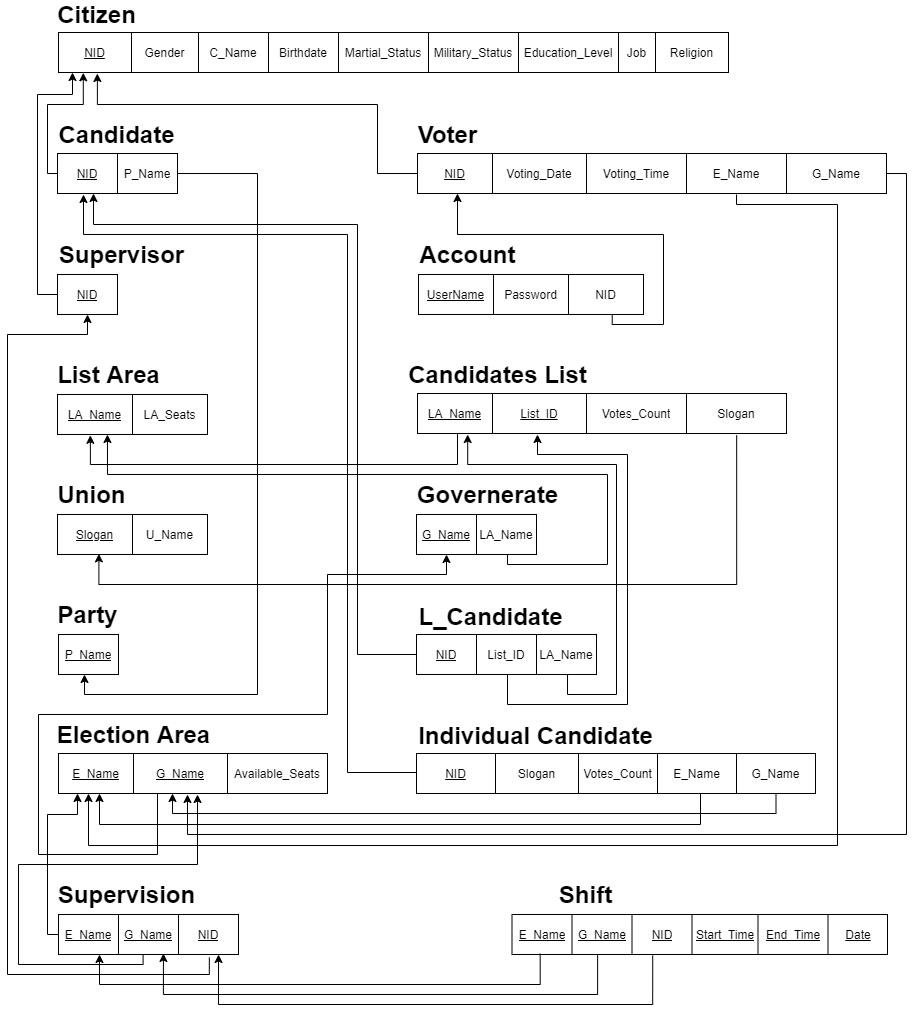
The draw.io diagram schema.png in ziad-khobeiz/e-voting-system, before a commit. Source tidied: cells renumbered, new cells last; positions are measured from the earlier drawing's top-left corner, leaving out a move shared by most shapes.
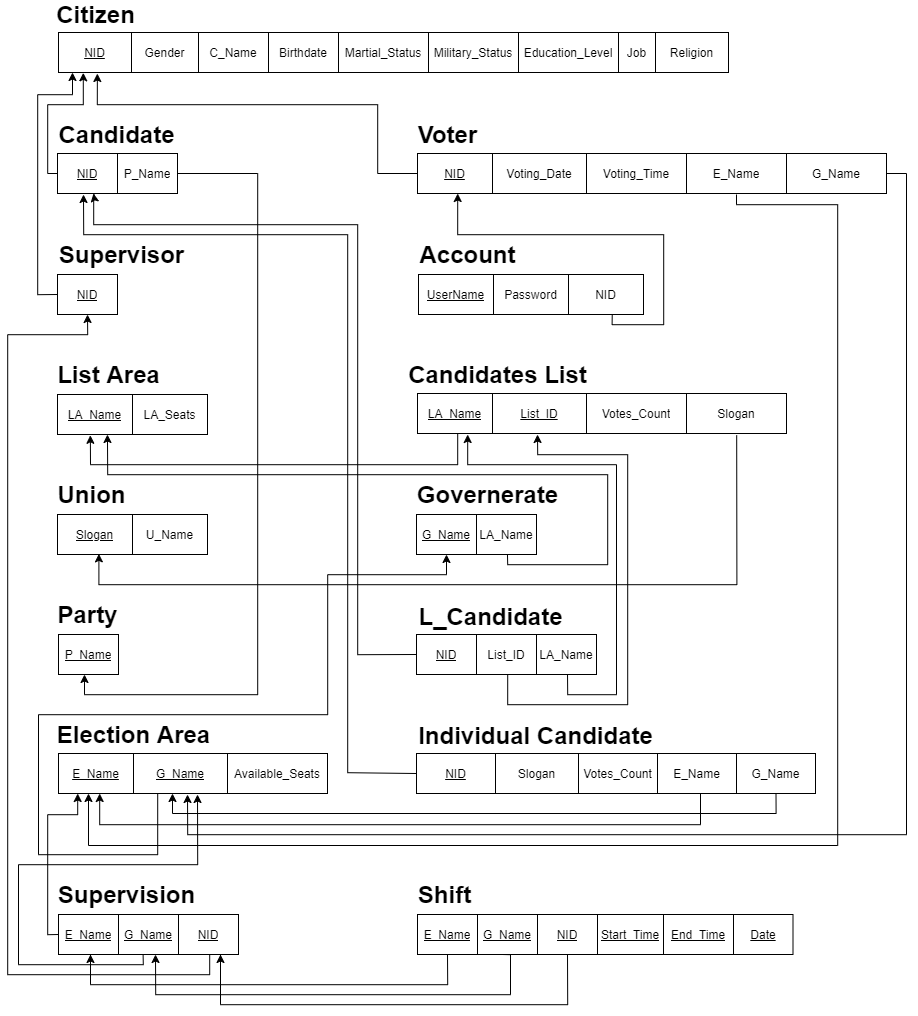
Above is the later version.

Commit message:
Centering the schema

What changed in the source:
```diff
@@ -36,7 +36,7 @@
       <mxGeometry x="597" width="73" height="40" as="geometry" />
     </mxCell>
     <mxCell id="13" value="&lt;font style=&quot;font-size: 24px&quot;&gt;&lt;b&gt;Citizen&lt;/b&gt;&lt;/font&gt;" style="text;html=1;align=center;verticalAlign=middle;" parent="1" vertex="1">
-      <mxGeometry x="44" width="90" height="20" as="geometry" />
+      <mxGeometry x="43" width="90" height="20" as="geometry" />
     </mxCell>
     <mxCell id="14" style="shape=table;html=1;whiteSpace=wrap;startSize=0;" parent="1" vertex="1">
       <mxGeometry x="411" y="270" width="225" height="40" as="geometry" />
@@ -449,7 +449,7 @@
         </Array>
       </mxGeometry>
     </mxCell>
-    <mxCell id="108" style="edgeStyle=orthogonalEdgeStyle;rounded=0;jettySize=auto;html=1;exitX=0.838;exitY=1.074;exitDx=0;exitDy=0;exitPerimeter=0;" parent="1" edge="1" source="101">
+    <mxCell id="108" style="edgeStyle=orthogonalEdgeStyle;rounded=0;jettySize=auto;html=1;" parent="1" edge="1" source="101">
       <mxGeometry relative="1" as="geometry">
         <mxPoint x="80" y="310" as="targetPoint" />
         <Array as="points">
@@ -457,12 +457,11 @@
           <mxPoint y="970" />
           <mxPoint y="330" />
           <mxPoint x="80" y="330" />
-          <mxPoint x="80" y="310" />
         </Array>
       </mxGeometry>
     </mxCell>
     <mxCell id="109" style="shape=table;html=1;whiteSpace=wrap;startSize=0;" parent="1" vertex="1">
-      <mxGeometry x="504.5" y="910" width="375.5" height="40" as="geometry" />
+      <mxGeometry x="410" y="910" width="375.5" height="40" as="geometry" />
     </mxCell>
     <mxCell id="110" style="shape=partialRectangle;html=1;whiteSpace=wrap;fillColor=none;top=0;left=0;bottom=0;right=0;points=[[0,0.5],[1,0.5]];portConstraint=eastwest;" parent="109" vertex="1">
       <mxGeometry width="375.5" height="40" as="geometry" />
@@ -486,31 +485,38 @@
       <mxGeometry x="316" width="60" height="40" as="geometry" />
     </mxCell>
     <mxCell id="117" value="&lt;font style=&quot;font-size: 24px&quot;&gt;&lt;b&gt;Shift&lt;/b&gt;&lt;/font&gt;" style="text;html=1;align=center;verticalAlign=middle;" parent="1" vertex="1">
-      <mxGeometry x="543" y="880" width="70" height="20" as="geometry" />
+      <mxGeometry x="402" y="880" width="70" height="20" as="geometry" />
     </mxCell>
-    <mxCell id="118" style="edgeStyle=orthogonalEdgeStyle;rounded=0;jettySize=auto;html=1;exitX=0.075;exitY=0.981;exitDx=0;exitDy=0;exitPerimeter=0;" parent="1" edge="1" source="110" target="101">
+    <mxCell id="118" style="edgeStyle=orthogonalEdgeStyle;rounded=0;orthogonalLoop=1;jettySize=auto;html=1;" parent="1" edge="1">
       <mxGeometry relative="1" as="geometry">
+        <mxPoint x="440" y="950" as="sourcePoint" />
+        <mxPoint x="83" y="950" as="targetPoint" />
         <Array as="points">
-          <mxPoint x="533" y="980" />
-          <mxPoint x="92" y="980" />
+          <mxPoint x="440" y="980" />
+          <mxPoint x="83" y="980" />
+          <mxPoint x="83" y="950" />
         </Array>
       </mxGeometry>
     </mxCell>
-    <mxCell id="119" style="edgeStyle=orthogonalEdgeStyle;rounded=0;jettySize=auto;html=1;exitX=0.228;exitY=1;exitDx=0;exitDy=0;exitPerimeter=0;entryX=0.583;entryY=0.974;entryDx=0;entryDy=0;entryPerimeter=0;" parent="1" edge="1" source="110" target="101">
+    <mxCell id="119" style="edgeStyle=orthogonalEdgeStyle;rounded=0;orthogonalLoop=1;jettySize=auto;html=1;" parent="1" edge="1">
       <mxGeometry relative="1" as="geometry">
+        <mxPoint x="495" y="950" as="sourcePoint" />
+        <mxPoint x="148" y="950" as="targetPoint" />
         <Array as="points">
-          <mxPoint x="590" y="990" />
-          <mxPoint x="156" y="990" />
+          <mxPoint x="503" y="950" />
+          <mxPoint x="503" y="990" />
+          <mxPoint x="148" y="990" />
         </Array>
       </mxGeometry>
     </mxCell>
-    <mxCell id="120" style="edgeStyle=orthogonalEdgeStyle;rounded=0;orthogonalLoop=1;jettySize=auto;html=1;exitX=0.228;exitY=1;exitDx=0;exitDy=0;exitPerimeter=0;entryX=0.583;entryY=0.974;entryDx=0;entryDy=0;entryPerimeter=0;" parent="1" edge="1">
+    <mxCell id="120" style="edgeStyle=orthogonalEdgeStyle;rounded=0;orthogonalLoop=1;jettySize=auto;html=1;" parent="1" edge="1">
       <mxGeometry relative="1" as="geometry">
-        <mxPoint x="645.2" y="951" as="sourcePoint" />
-        <mxPoint x="211" y="950" as="targetPoint" />
+        <mxPoint x="560" y="950" as="sourcePoint" />
+        <mxPoint x="213" y="950" as="targetPoint" />
         <Array as="points">
-          <mxPoint x="645" y="1000" />
-          <mxPoint x="211" y="1000" />
+          <mxPoint x="560" y="1000" />
+          <mxPoint x="213" y="1000" />
+          <mxPoint x="213" y="950" />
         </Array>
       </mxGeometry>
     </mxCell>
```
